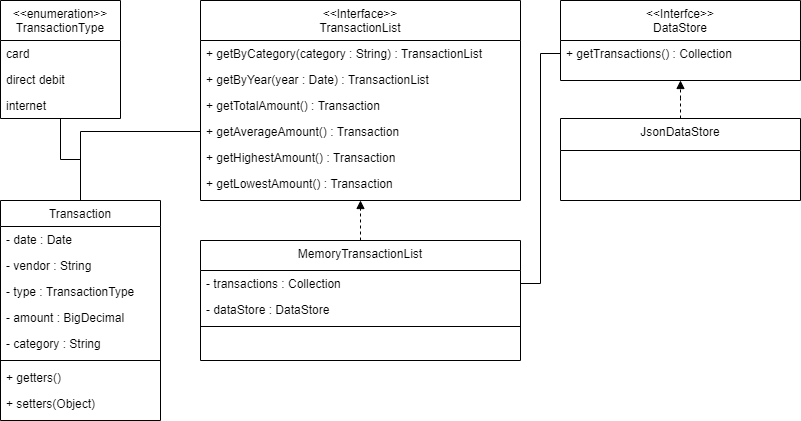
Before: Class Diagram.png, a diagram exported from draw.io (dickyince/transaction-categories). Source tidied: cells renumbered, new cells last; positions are measured from the earlier drawing's top-left corner, leaving out a move shared by most shapes.
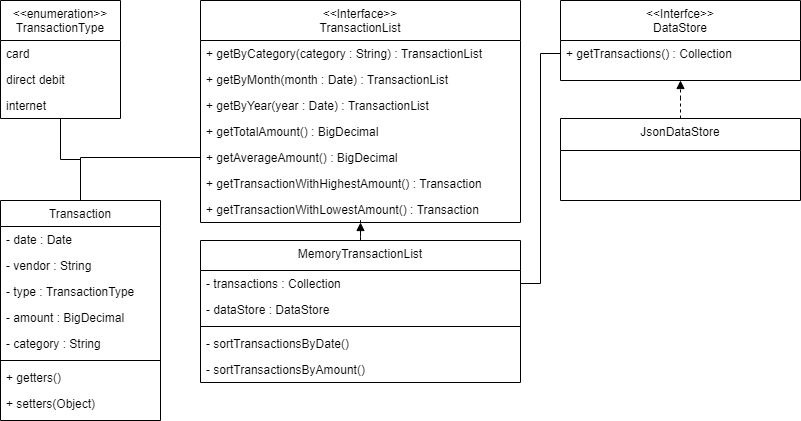
Above is the later version.

Commit message:
Updating TransactionList and MemoryTransactionList prototypes

Change to the diagram source:
```diff
@@ -36,25 +36,28 @@
       <mxGeometry y="190" width="160" height="26" as="geometry" />
     </mxCell>
     <mxCell id="13" value="&lt;&lt;Interface&gt;&gt;&#10;TransactionList" style="swimlane;fontStyle=0;align=center;verticalAlign=top;horizontal=1;startSize=40;rounded=0;shadow=0;strokeWidth=1;" parent="1" vertex="1">
-      <mxGeometry x="200" width="320" height="200" as="geometry" />
+      <mxGeometry x="200" width="320" height="222" as="geometry" />
     </mxCell>
     <mxCell id="14" value="+ getByCategory(category : String) : TransactionList" style="text;align=left;verticalAlign=top;spacingLeft=4;spacingRight=4;overflow=hidden;" parent="13" vertex="1">
       <mxGeometry y="40" width="320" height="26" as="geometry" />
     </mxCell>
+    <mxCell id="34" value="+ getByMonth(month : Date) : TransactionList" style="text;align=left;verticalAlign=top;spacingLeft=4;spacingRight=4;overflow=hidden;" parent="13" vertex="1">
+      <mxGeometry y="66" width="320" height="26" as="geometry" />
+    </mxCell>
     <mxCell id="15" value="+ getByYear(year : Date) : TransactionList" style="text;align=left;verticalAlign=top;spacingLeft=4;spacingRight=4;overflow=hidden;" parent="13" vertex="1">
-      <mxGeometry y="66" width="320" height="26" as="geometry" />
+      <mxGeometry y="92" width="320" height="26" as="geometry" />
     </mxCell>
-    <mxCell id="16" value="+ getTotalAmount() : Transaction" style="text;align=left;verticalAlign=top;spacingLeft=4;spacingRight=4;overflow=hidden;" parent="13" vertex="1">
-      <mxGeometry y="92" width="320" height="26" as="geometry" />
+    <mxCell id="16" value="+ getTotalAmount() : BigDecimal" style="text;align=left;verticalAlign=top;spacingLeft=4;spacingRight=4;overflow=hidden;" parent="13" vertex="1">
+      <mxGeometry y="118" width="320" height="26" as="geometry" />
     </mxCell>
-    <mxCell id="17" value="+ getAverageAmount() : Transaction" style="text;align=left;verticalAlign=top;spacingLeft=4;spacingRight=4;overflow=hidden;points=[[0,0.5],[1,0.5]];portConstraint=eastwest;" parent="13" vertex="1">
-      <mxGeometry y="118" width="320" height="26" as="geometry" />
+    <mxCell id="17" value="+ getAverageAmount() : BigDecimal" style="text;align=left;verticalAlign=top;spacingLeft=4;spacingRight=4;overflow=hidden;points=[[0,0.5],[1,0.5]];portConstraint=eastwest;" parent="13" vertex="1">
+      <mxGeometry y="144" width="320" height="26" as="geometry" />
     </mxCell>
-    <mxCell id="18" value="+ getHighestAmount() : Transaction" style="text;align=left;verticalAlign=top;spacingLeft=4;spacingRight=4;overflow=hidden;" parent="13" vertex="1">
-      <mxGeometry y="144" width="320" height="26" as="geometry" />
+    <mxCell id="18" value="+ getTransactionWithHighestAmount() : Transaction" style="text;align=left;verticalAlign=top;spacingLeft=4;spacingRight=4;overflow=hidden;" parent="13" vertex="1">
+      <mxGeometry y="170" width="320" height="26" as="geometry" />
     </mxCell>
-    <mxCell id="19" value="+ getLowestAmount() : Transaction" style="text;align=left;verticalAlign=top;spacingLeft=4;spacingRight=4;overflow=hidden;" parent="13" vertex="1">
-      <mxGeometry y="170" width="320" height="26" as="geometry" />
+    <mxCell id="19" value="+ getTransactionWithLowestAmount() : Transaction" style="text;align=left;verticalAlign=top;spacingLeft=4;spacingRight=4;overflow=hidden;" parent="13" vertex="1">
+      <mxGeometry y="196" width="320" height="26" as="geometry" />
     </mxCell>
     <mxCell id="20" value="&lt;&lt;enumeration&gt;&gt;&#10;TransactionType" style="swimlane;fontStyle=0;horizontal=1;startSize=40;fillColor=none;" parent="1" vertex="1">
       <mxGeometry width="120" height="118" as="geometry" />
@@ -84,7 +87,7 @@
       <mxGeometry relative="1" as="geometry" />
     </mxCell>
     <mxCell id="29" value="MemoryTransactionList" style="swimlane;fontStyle=0;align=center;verticalAlign=top;horizontal=1;startSize=30;rounded=0;shadow=0;strokeWidth=1;" parent="1" vertex="1">
-      <mxGeometry x="200" y="240" width="320" height="120" as="geometry" />
+      <mxGeometry x="200" y="240" width="320" height="142" as="geometry" />
     </mxCell>
     <mxCell id="30" value="- transactions : Collection" style="text;align=left;verticalAlign=top;spacingLeft=4;spacingRight=4;overflow=hidden;points=[[0,0.5],[1,0.5]];portConstraint=eastwest;" parent="29" vertex="1">
       <mxGeometry y="30" width="320" height="26" as="geometry" />
@@ -95,6 +98,12 @@
     <mxCell id="32" style="line;html=1;strokeWidth=1;align=left;verticalAlign=middle;spacingTop=-1;spacingLeft=3;spacingRight=3;labelPosition=right;" parent="29" vertex="1">
       <mxGeometry y="82" width="320" height="8" as="geometry" />
     </mxCell>
+    <mxCell id="35" value="- sortTransactionsByDate()" style="text;align=left;verticalAlign=top;spacingLeft=4;spacingRight=4;overflow=hidden;" parent="29" vertex="1">
+      <mxGeometry y="90" width="320" height="26" as="geometry" />
+    </mxCell>
+    <mxCell id="36" value="- sortTransactionsByAmount()" style="text;align=left;verticalAlign=top;spacingLeft=4;spacingRight=4;overflow=hidden;" parent="29" vertex="1">
+      <mxGeometry y="116" width="320" height="26" as="geometry" />
+    </mxCell>
     <mxCell id="33" style="edgeStyle=orthogonalEdgeStyle;rounded=0;jettySize=auto;html=1;entryX=0;entryY=0.5;entryDx=0;entryDy=0;endArrow=none;endFill=0;" parent="1" edge="1" source="30" target="3">
       <mxGeometry relative="1" as="geometry" />
     </mxCell>
```
